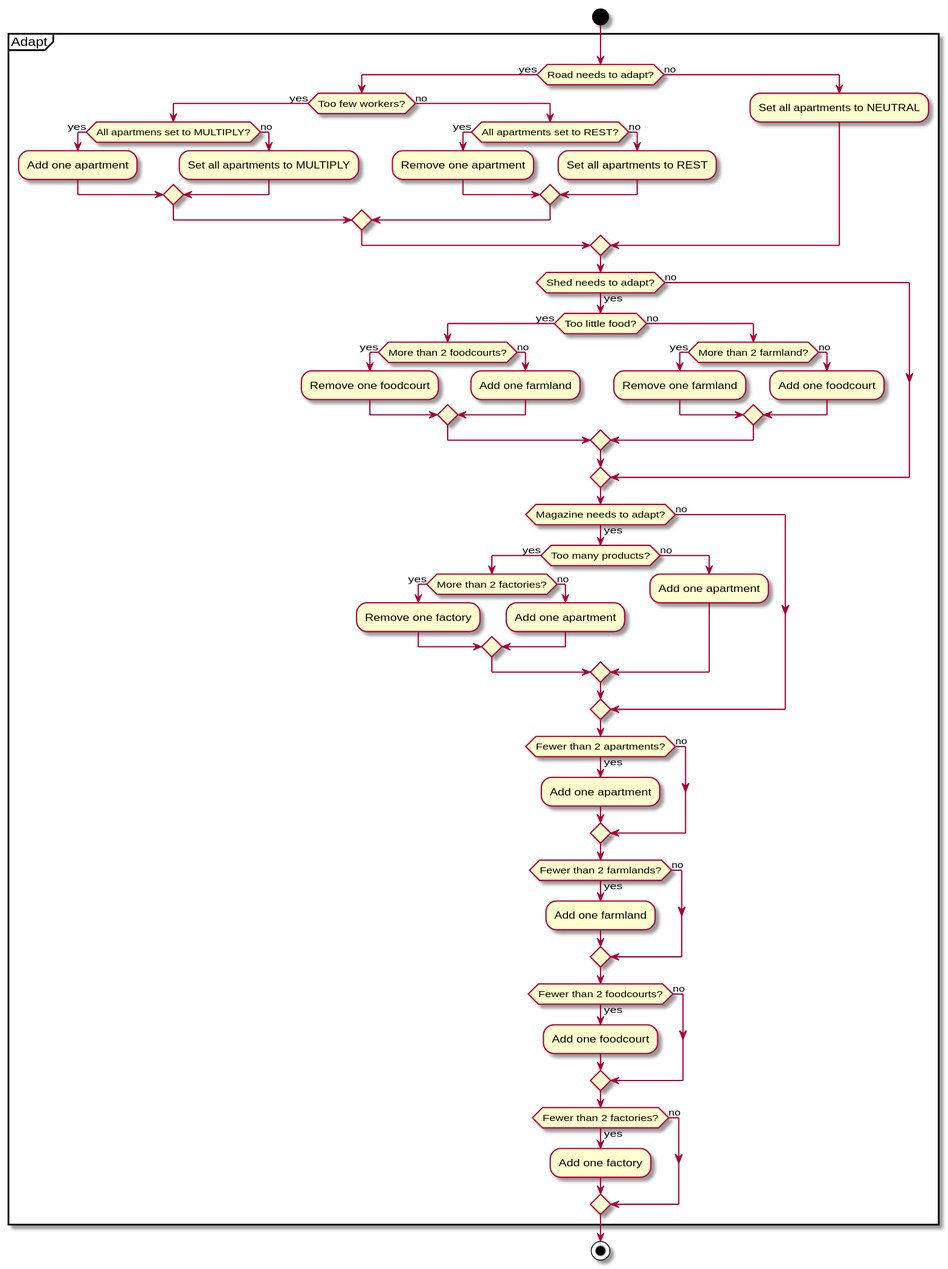
This is OU3/UML/SimSimActivity.svg from vigge93-BTH-courses/DV1582-Programmering-fortsattningskurs, a PlantUML export, as it was before one commit.
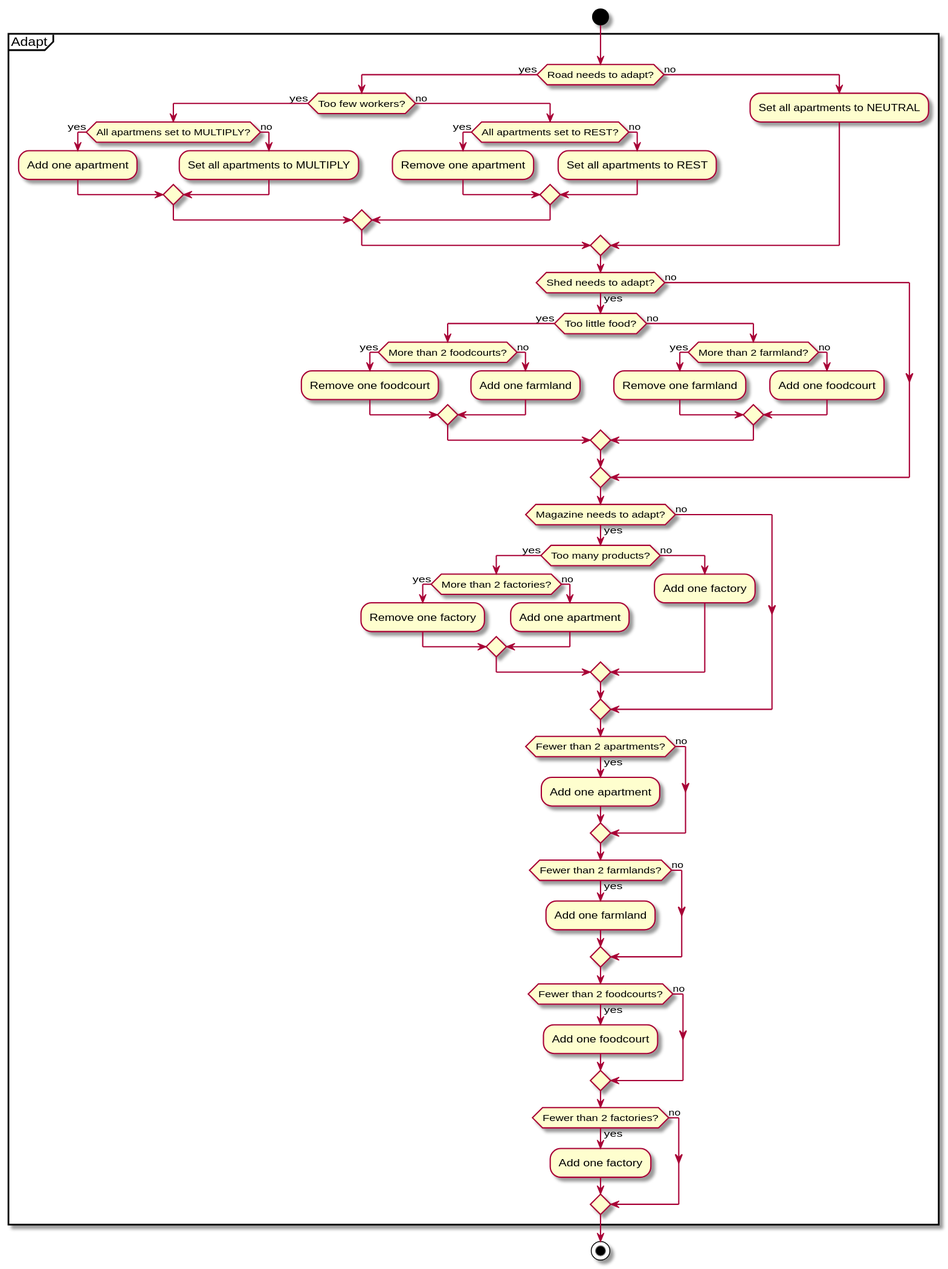
Above is the later version.

Commit message:
Corrected activity diagram

What changed in the source:
```diff
@@ -42,7 +42,7 @@
             :Add one apartment;
         endif
     else (no)
-        :Add one apartment;
+        :Add one factory;
     endif
 else (no)
 endif
```
